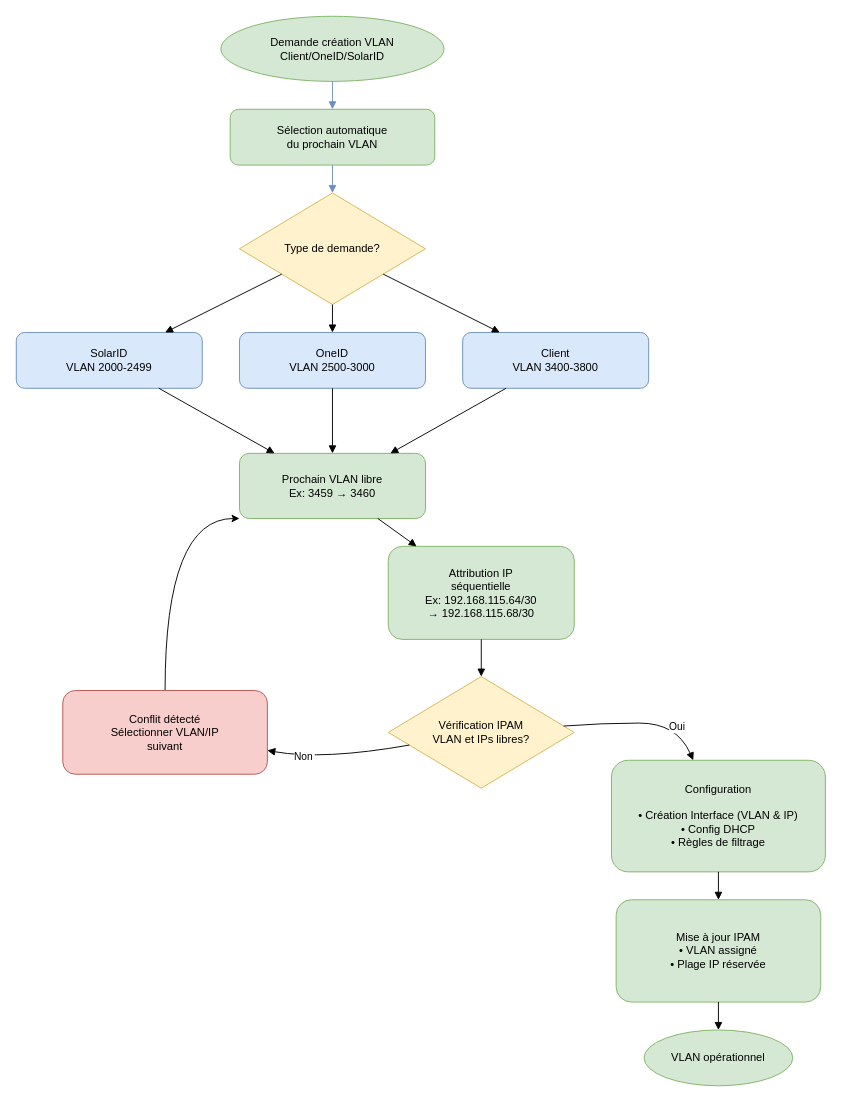
Before: Diagrammes_création_vlan.drawio in titiuv24/diagrammes, a draw.io diagram. Source tidied: cells renumbered, new cells numbered last; positions are measured from the earlier drawing's top-left corner, leaving out a move shared by most shapes. Both pictures are drawn from the tidied source at 93%, with x=0, y=0 at pixel (16, 16).
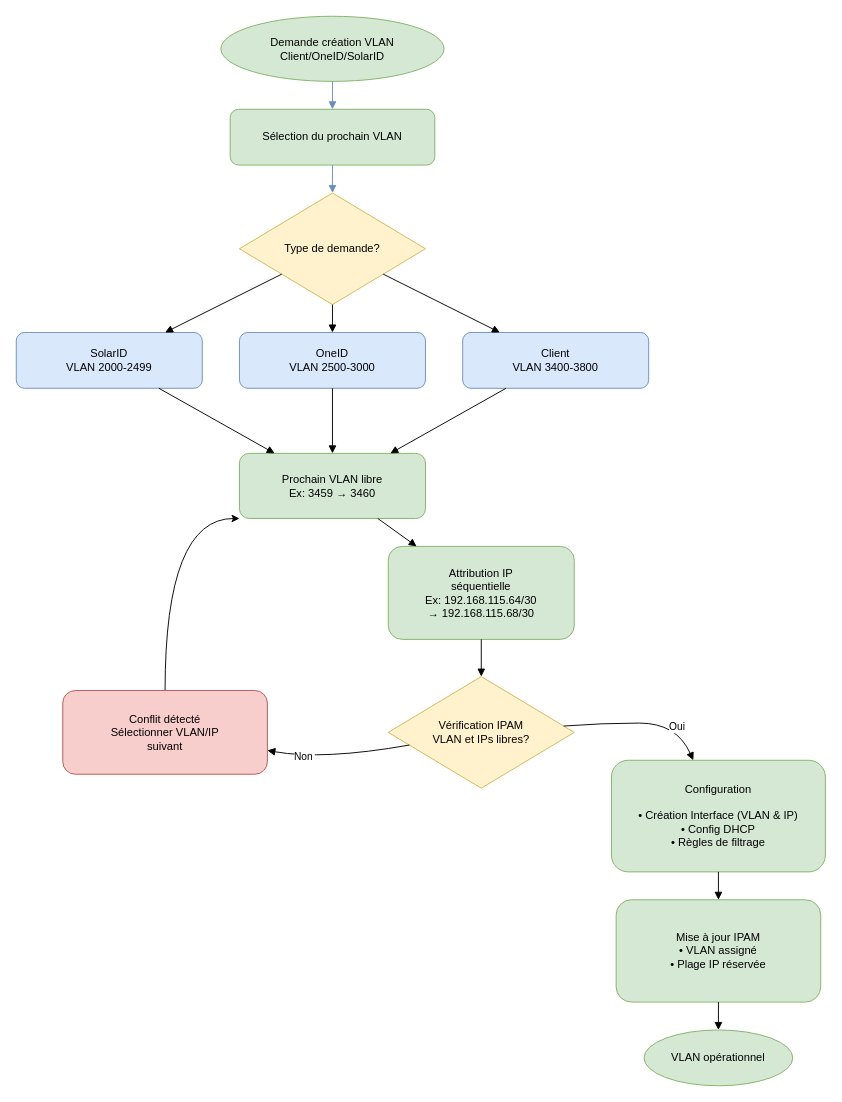
Above is the later version.

Commit message:
Mettre à jour Diagrammes_création_vlan.drawio

The edit, as a diff of the source:
```diff
@@
-    <mxCell id="3" value="Sélection automatique&#10;du prochain VLAN" style="rounded=1;whiteSpace=wrap;html=1;fillColor=#d5e8d4;strokeColor=#82b366;" parent="1" vertex="1">
+    <mxCell id="3" value="Sélection du prochain VLAN" style="rounded=1;whiteSpace=wrap;html=1;fillColor=#d5e8d4;strokeColor=#82b366;" parent="1" vertex="1">
       <mxGeometry x="230" y="100" width="220" height="60" as="geometry" />
     </mxCell>
```
